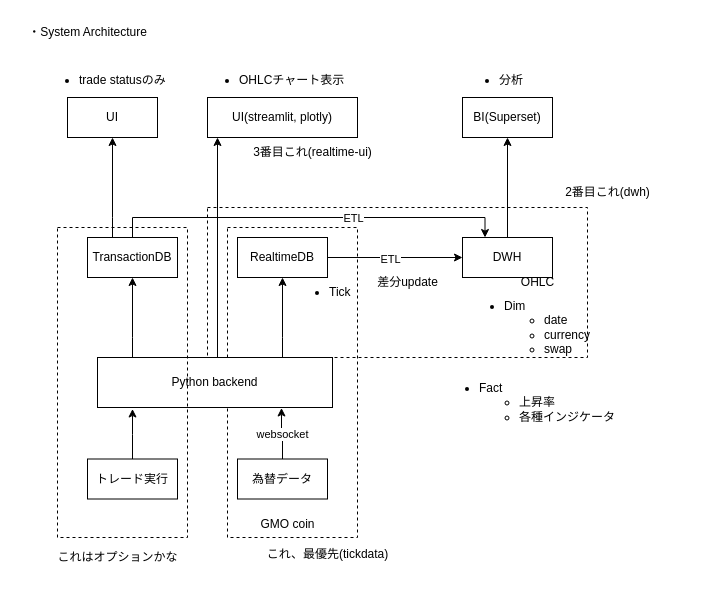
The draw.io diagram page "system architecture" (1 of 2) of docs/design.drawio in tker-78/trading-etl, before the edit. Source tidied: cells renumbered, new cells numbered last; positions are measured from the earlier drawing's top-left corner, leaving out a move shared by most shapes. Both pictures are drawn from the tidied source at 100%, with x=0, y=0 at pixel (17, 17).
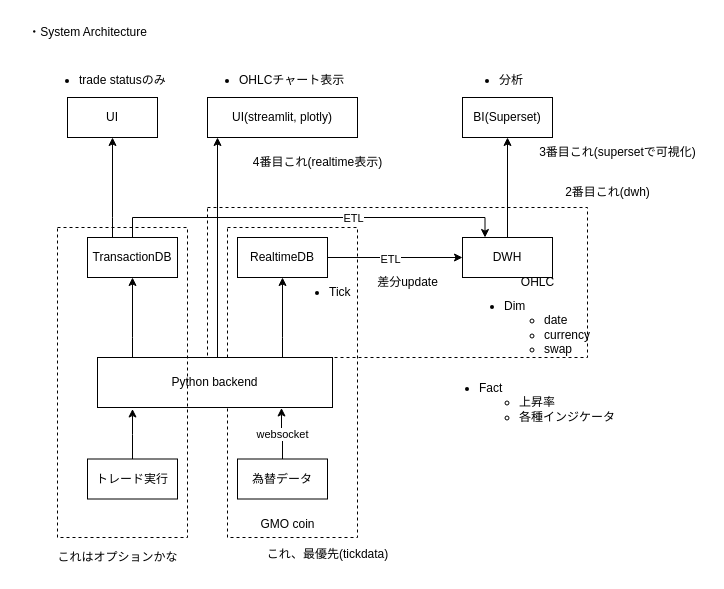
Above is the later version.

The edit, as a diff of the source:
```diff
@@
-    <mxCell id="37" value="3番目これ(realtime-ui)" style="text;html=1;align=center;verticalAlign=middle;strokeColor=none;fillColor=none;" parent="1" vertex="1">
-      <mxGeometry x="225" y="120" width="140" height="30" as="geometry" />
+    <mxCell id="37" value="3番目これ(supersetで可視化)" style="text;html=1;align=center;verticalAlign=middle;strokeColor=none;fillColor=none;" parent="1" vertex="1">
+      <mxGeometry x="510" y="120" width="180" height="30" as="geometry" />
     </mxCell>
@@
+    <mxCell id="40" value="4番目これ(realtime表示)" style="text;html=1;align=center;verticalAlign=middle;strokeColor=none;fillColor=none;" parent="1" vertex="1">
+      <mxGeometry x="225" y="130" width="150" height="30" as="geometry" />
+    </mxCell>
```
